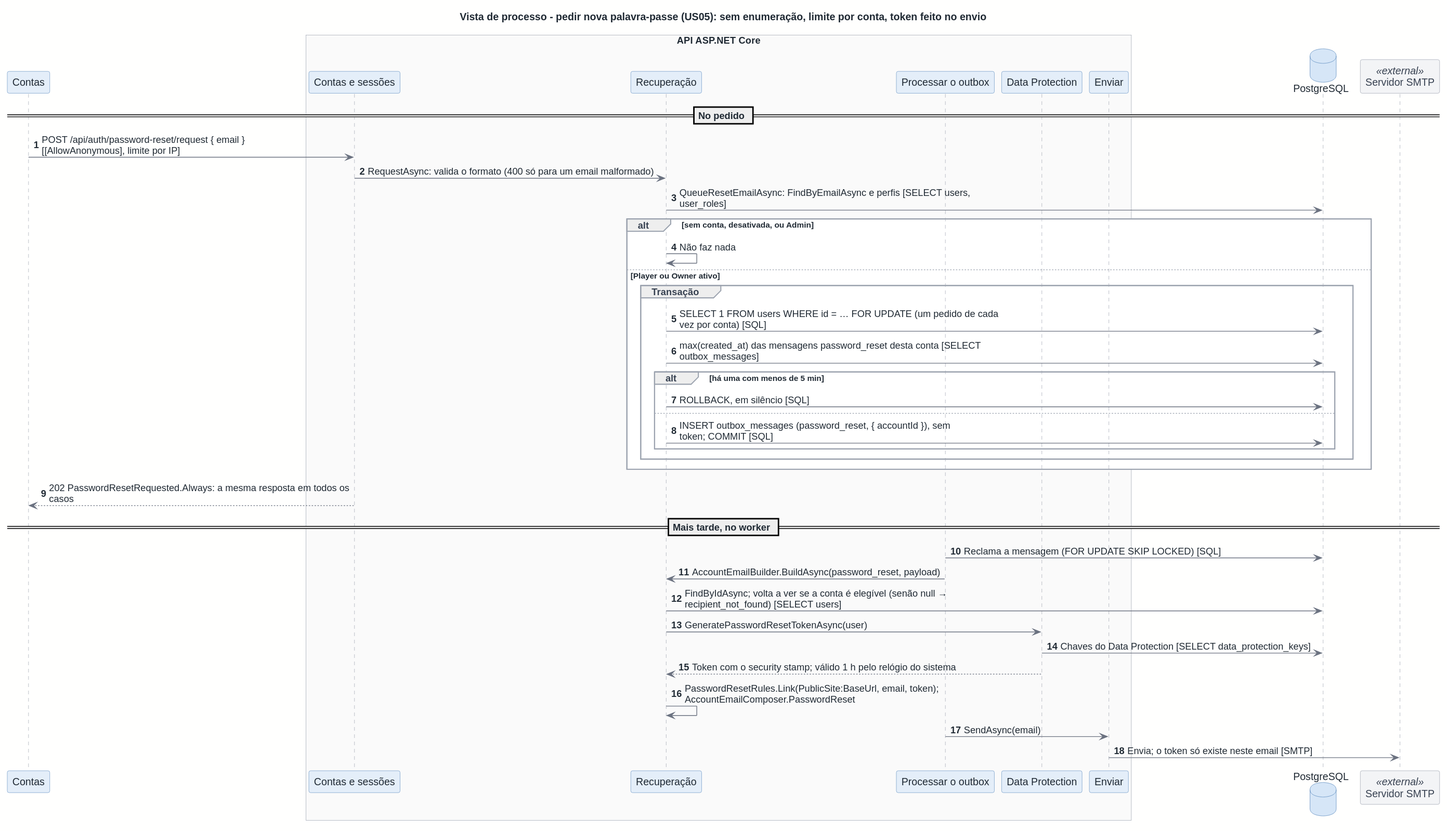
Earlier version of the PlantUML export docs/architecture/out/process-reset-request.svg (rodrigo4sousa/SportsEstablishments).
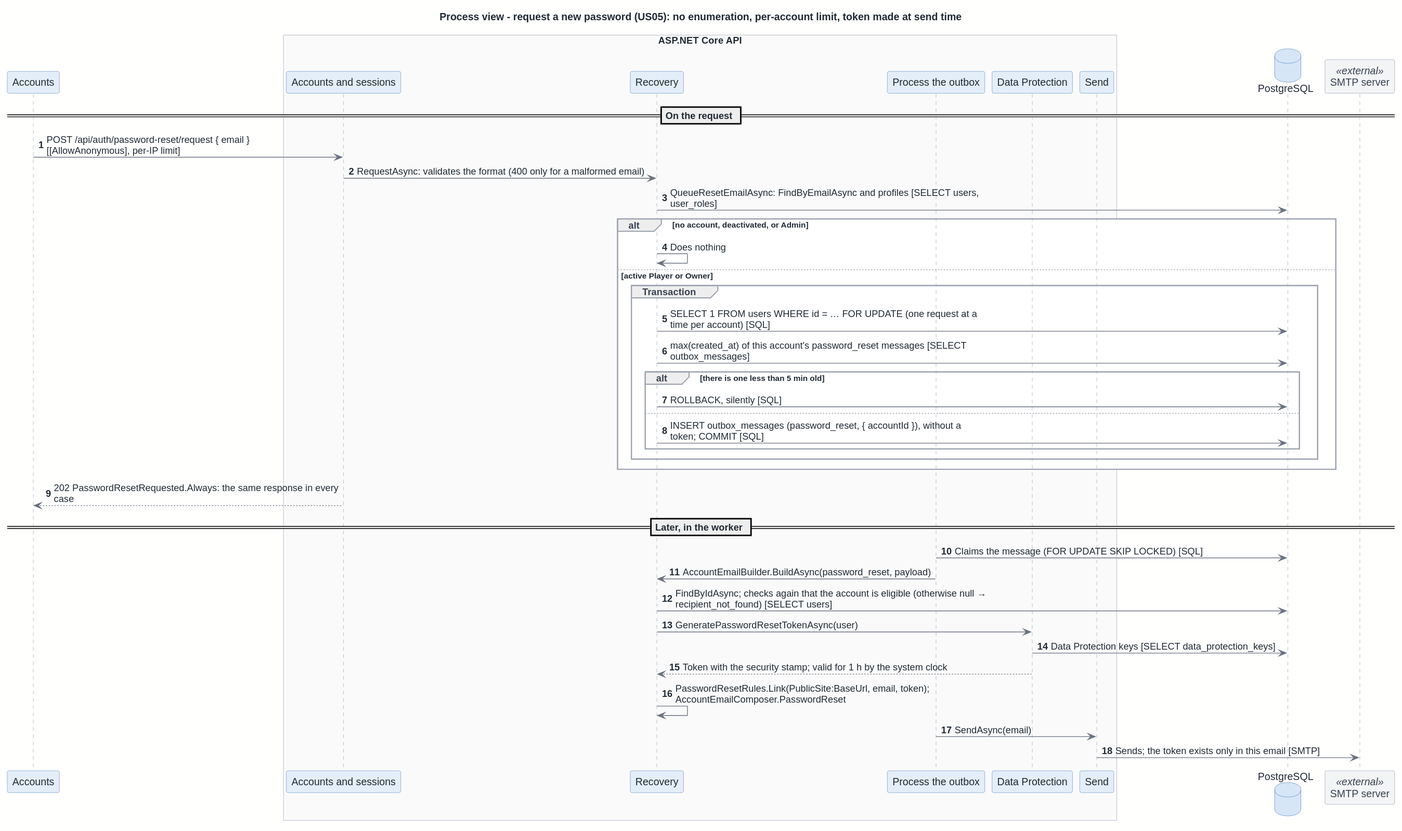
After the commit.

Change to the diagram source:
```diff
@@ -1,47 +1,47 @@
 @startuml
 !include ../style.puml
 
-title Vista de processo - pedir nova palavra-passe (US05): sem enumeração, limite por conta, token feito no envio
+title Process view - request a new password (US05): no enumeration, per-account limit, token made at send time
 autonumber
 
-participant "Contas" as WEB_F_AUTH
-box "API ASP.NET Core"
-  participant "Contas e sessões" as API_AUTH
-  participant "Recuperação" as API_AUTH_RESET
-  participant "Processar o outbox" as API_NOTIF_PROC
+participant "Accounts" as WEB_F_AUTH
+box "ASP.NET Core API"
+  participant "Accounts and sessions" as API_AUTH
+  participant "Recovery" as API_AUTH_RESET
+  participant "Process the outbox" as API_NOTIF_PROC
   participant "Data Protection" as CC_DATAPROT
-  participant "Enviar" as API_NOTIF_SENDER
+  participant "Send" as API_NOTIF_SENDER
 end box
 database "PostgreSQL" as C_DB
-participant "Servidor SMTP" as X_SMTP <<external>>
+participant "SMTP server" as X_SMTP <<external>>
 
-== No pedido ==
-WEB_F_AUTH -> API_AUTH : POST /api/auth/password-reset/request { email }\n[[AllowAnonymous], limite por IP]
-API_AUTH -> API_AUTH_RESET : RequestAsync: valida o formato (400 só para um email malformado)
-API_AUTH_RESET -> C_DB : QueueResetEmailAsync: FindByEmailAsync e perfis [SELECT users,\nuser_roles]
-alt sem conta, desativada, ou Admin
-  API_AUTH_RESET -> API_AUTH_RESET : Não faz nada
-else Player ou Owner ativo
-  group Transação
-    API_AUTH_RESET -> C_DB : SELECT 1 FROM users WHERE id = … FOR UPDATE (um pedido de cada\nvez por conta) [SQL]
-    API_AUTH_RESET -> C_DB : max(created_at) das mensagens password_reset desta conta [SELECT\noutbox_messages]
-    alt há uma com menos de 5 min
-      API_AUTH_RESET -> C_DB : ROLLBACK, em silêncio [SQL]
+== On the request ==
+WEB_F_AUTH -> API_AUTH : POST /api/auth/password-reset/request { email }\n[[AllowAnonymous], per-IP limit]
+API_AUTH -> API_AUTH_RESET : RequestAsync: validates the format (400 only for a malformed email)
+API_AUTH_RESET -> C_DB : QueueResetEmailAsync: FindByEmailAsync and profiles [SELECT users,\nuser_roles]
+alt no account, deactivated, or Admin
+  API_AUTH_RESET -> API_AUTH_RESET : Does nothing
+else active Player or Owner
+  group Transaction
+    API_AUTH_RESET -> C_DB : SELECT 1 FROM users WHERE id = … FOR UPDATE (one request at a\ntime per account) [SQL]
+    API_AUTH_RESET -> C_DB : max(created_at) of this account's password_reset messages [SELECT\noutbox_messages]
+    alt there is one less than 5 min old
+      API_AUTH_RESET -> C_DB : ROLLBACK, silently [SQL]
     else
-      API_AUTH_RESET -> C_DB : INSERT outbox_messages (password_reset, { accountId }), sem\ntoken; COMMIT [SQL]
+      API_AUTH_RESET -> C_DB : INSERT outbox_messages (password_reset, { accountId }), without a\ntoken; COMMIT [SQL]
     end
   end
 end
-API_AUTH --> WEB_F_AUTH : 202 PasswordResetRequested.Always: a mesma resposta em todos os\ncasos
+API_AUTH --> WEB_F_AUTH : 202 PasswordResetRequested.Always: the same response in every\ncase
 
-== Mais tarde, no worker ==
-API_NOTIF_PROC -> C_DB : Reclama a mensagem (FOR UPDATE SKIP LOCKED) [SQL]
+== Later, in the worker ==
+API_NOTIF_PROC -> C_DB : Claims the message (FOR UPDATE SKIP LOCKED) [SQL]
 API_NOTIF_PROC -> API_AUTH_RESET : AccountEmailBuilder.BuildAsync(password_reset, payload)
-API_AUTH_RESET -> C_DB : FindByIdAsync; volta a ver se a conta é elegível (senão null →\nrecipient_not_found) [SELECT users]
+API_AUTH_RESET -> C_DB : FindByIdAsync; checks again that the account is eligible (otherwise null →\nrecipient_not_found) [SELECT users]
 API_AUTH_RESET -> CC_DATAPROT : GeneratePasswordResetTokenAsync(user)
-CC_DATAPROT -> C_DB : Chaves do Data Protection [SELECT data_protection_keys]
-CC_DATAPROT --> API_AUTH_RESET : Token com o security stamp; válido 1 h pelo relógio do sistema
+CC_DATAPROT -> C_DB : Data Protection keys [SELECT data_protection_keys]
+CC_DATAPROT --> API_AUTH_RESET : Token with the security stamp; valid for 1 h by the system clock
 API_AUTH_RESET -> API_AUTH_RESET : PasswordResetRules.Link(PublicSite:BaseUrl, email, token);\nAccountEmailComposer.PasswordReset
 API_NOTIF_PROC -> API_NOTIF_SENDER : SendAsync(email)
-API_NOTIF_SENDER -> X_SMTP : Envia; o token só existe neste email [SMTP]
+API_NOTIF_SENDER -> X_SMTP : Sends; the token exists only in this email [SMTP]
 @enduml
```
